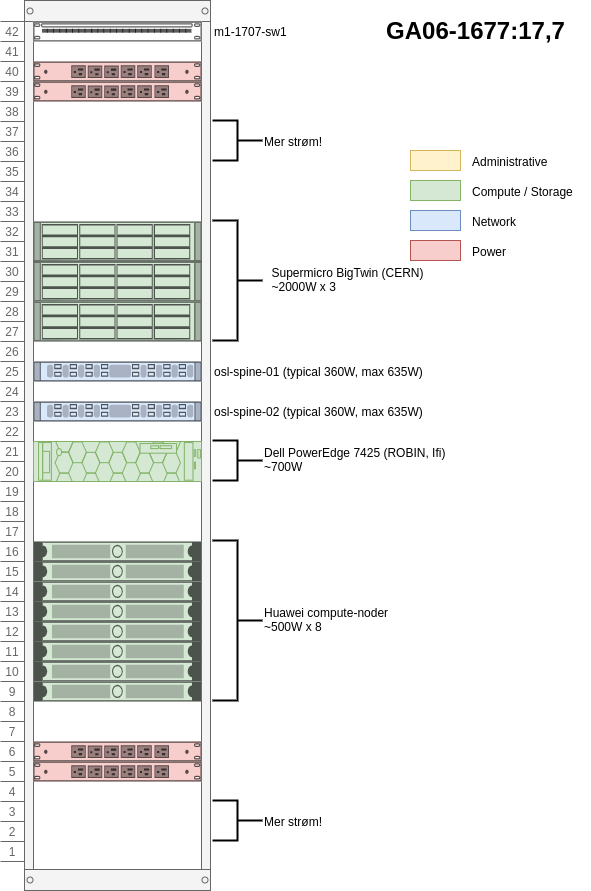
norcams/iaas keeps this draw.io diagram as docs/team/development/images/osl-rack-4.png. Above is the earlier version. Source tidied: cells renumbered, new cells last; positions are measured from the earlier drawing's top-left corner, leaving out a move shared by most shapes.
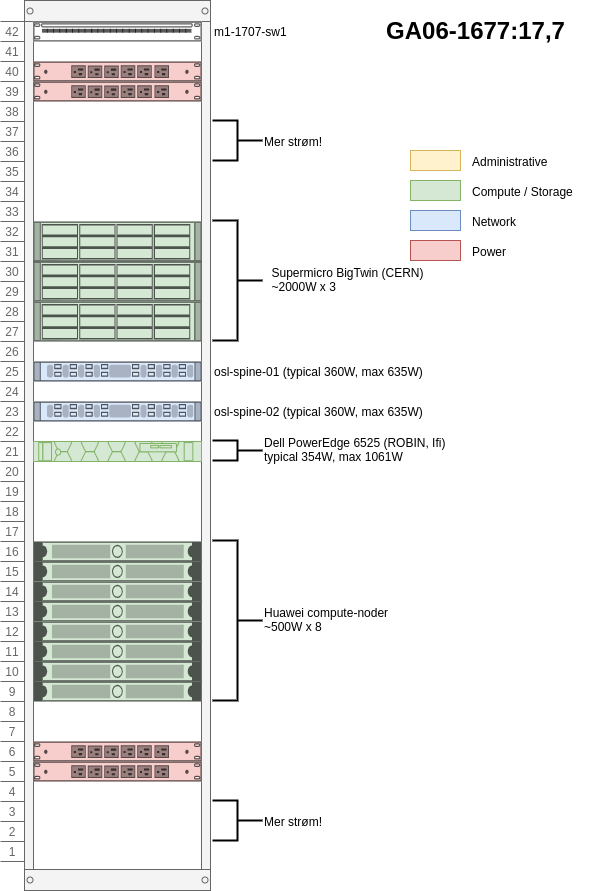
After the commit.

Change to the diagram source:
```diff
@@ -23,9 +23,9 @@
     <mxCell id="8" style="shape=mxgraph.rack.cisco.cisco_nexus_3016_switch;html=1;labelPosition=right;align=left;spacingLeft=15;dashed=0;shadow=0;fillColor=#dae8fc;strokeColor=#6c8ebf;" parent="2" vertex="1">
       <mxGeometry x="33" y="401" width="168" height="20" as="geometry" />
     </mxCell>
-    <mxCell id="9" style="strokeColor=#82b366;html=1;labelPosition=right;align=left;spacingLeft=15;shadow=0;dashed=0;shape=mxgraph.rack.dell.poweredge_r7425;fillColor=#d5e8d4;" parent="2" vertex="1">
-      <mxGeometry x="33" y="441" width="168" height="40" as="geometry" />
-    </mxCell>
+    <mxCell id="44" style="strokeColor=#82b366;html=1;labelPosition=right;align=left;spacingLeft=15;shadow=0;dashed=0;shape=mxgraph.rack.dell.poweredge_r6525;fillColor=#d5e8d4;" parent="2" vertex="1">
+      <mxGeometry x="33" y="441" width="168" height="20" as="geometry" />
+    </mxCell>
     <mxCell id="10" style="strokeColor=#82b366;html=1;labelPosition=right;align=left;spacingLeft=15;shadow=0;dashed=0;shape=mxgraph.rack.general.1u_rack_server;fillColor=#d5e8d4;" parent="2" vertex="1">
       <mxGeometry x="33" y="541" width="168" height="20" as="geometry" />
     </mxCell>
@@ -102,10 +102,10 @@
       <mxGeometry x="212" y="540" width="50" height="160" as="geometry" />
     </mxCell>
     <mxCell id="35" style="strokeWidth=2;html=1;shape=mxgraph.flowchart.annotation_2;align=left;labelPosition=right;direction=west;" parent="1" vertex="1">
-      <mxGeometry x="212" y="440" width="50" height="40" as="geometry" />
+      <mxGeometry x="212" y="440" width="50" height="20" as="geometry" />
     </mxCell>
-    <mxCell id="36" value="Dell PowerEdge 7425 (ROBIN, Ifi)&lt;br&gt;~700W" style="text;html=1;align=left;verticalAlign=middle;" parent="1" vertex="1">
-      <mxGeometry x="262" y="445" width="200" height="30" as="geometry" />
+    <mxCell id="36" value="Dell PowerEdge 6525 (ROBIN, Ifi)&lt;br&gt;typical 354W, max 1061W" style="text;html=1;align=left;verticalAlign=middle;" parent="1" vertex="1">
+      <mxGeometry x="262" y="435" width="200" height="30" as="geometry" />
     </mxCell>
     <mxCell id="37" value="Huawei compute-noder&lt;br&gt;~500W x 8" style="text;html=1;align=left;verticalAlign=middle;" parent="1" vertex="1">
       <mxGeometry x="262" y="605" width="140" height="30" as="geometry" />
```
